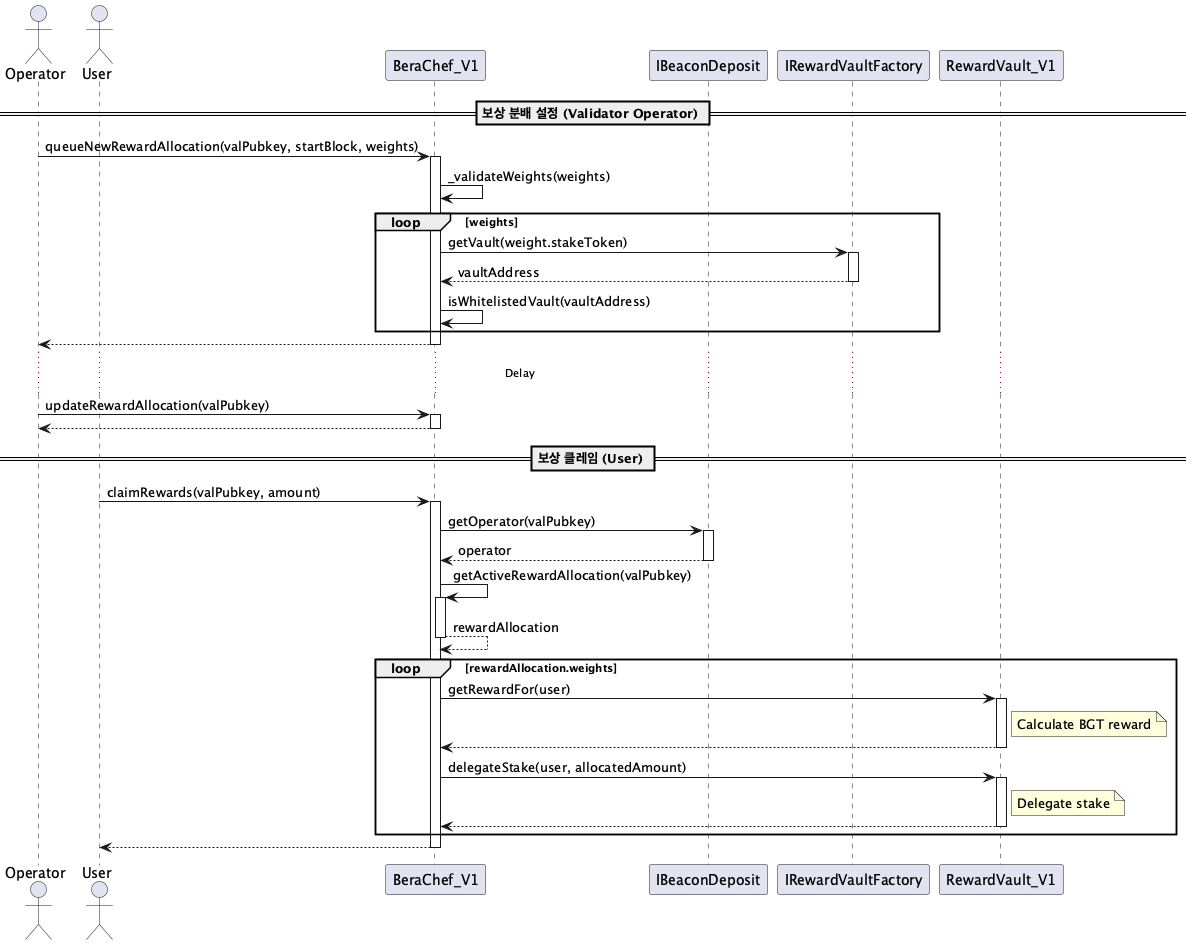
Earlier version of the PlantUML export diagrams/diag-images/V1_Contracts/BeraChef_V1_Sequence.png (swollows/berachain-core). Its diagram source:
```plantuml
@startuml BeraChef_V1_Sequence

actor Operator
actor User
participant Chef as "BeraChef_V1"
participant BeaconDeposit as "IBeaconDeposit"
participant Factory as "IRewardVaultFactory"
participant Vault as "RewardVault_V1"

== 보상 분배 설정 (Validator Operator) ==

Operator -> Chef : queueNewRewardAllocation(valPubkey, startBlock, weights)
activate Chef
Chef -> Chef : _validateWeights(weights)
loop weights
    Chef -> Factory : getVault(weight.stakeToken)
    activate Factory
    Factory --> Chef : vaultAddress
    deactivate Factory
    Chef -> Chef : isWhitelistedVault(vaultAddress)
end
Chef --> Operator
deactivate Chef

... Delay ...

Operator -> Chef : updateRewardAllocation(valPubkey)
activate Chef
Chef --> Operator
deactivate Chef

== 보상 클레임 (User) ==

User -> Chef : claimRewards(valPubkey, amount)
activate Chef
Chef -> BeaconDeposit : getOperator(valPubkey)
activate BeaconDeposit
BeaconDeposit --> Chef : operator
deactivate BeaconDeposit
Chef -> Chef : getActiveRewardAllocation(valPubkey)
activate Chef
Chef --> Chef : rewardAllocation
deactivate Chef
loop rewardAllocation.weights
    Chef -> Vault : getRewardFor(user)
    note right of Vault : Calculate BGT reward
    activate Vault
    Vault --> Chef
    deactivate Vault

    Chef -> Vault : delegateStake(user, allocatedAmount)
    note right of Vault : Delegate stake
    activate Vault
    Vault --> Chef
    deactivate Vault
end
Chef --> User
deactivate Chef

@enduml
```
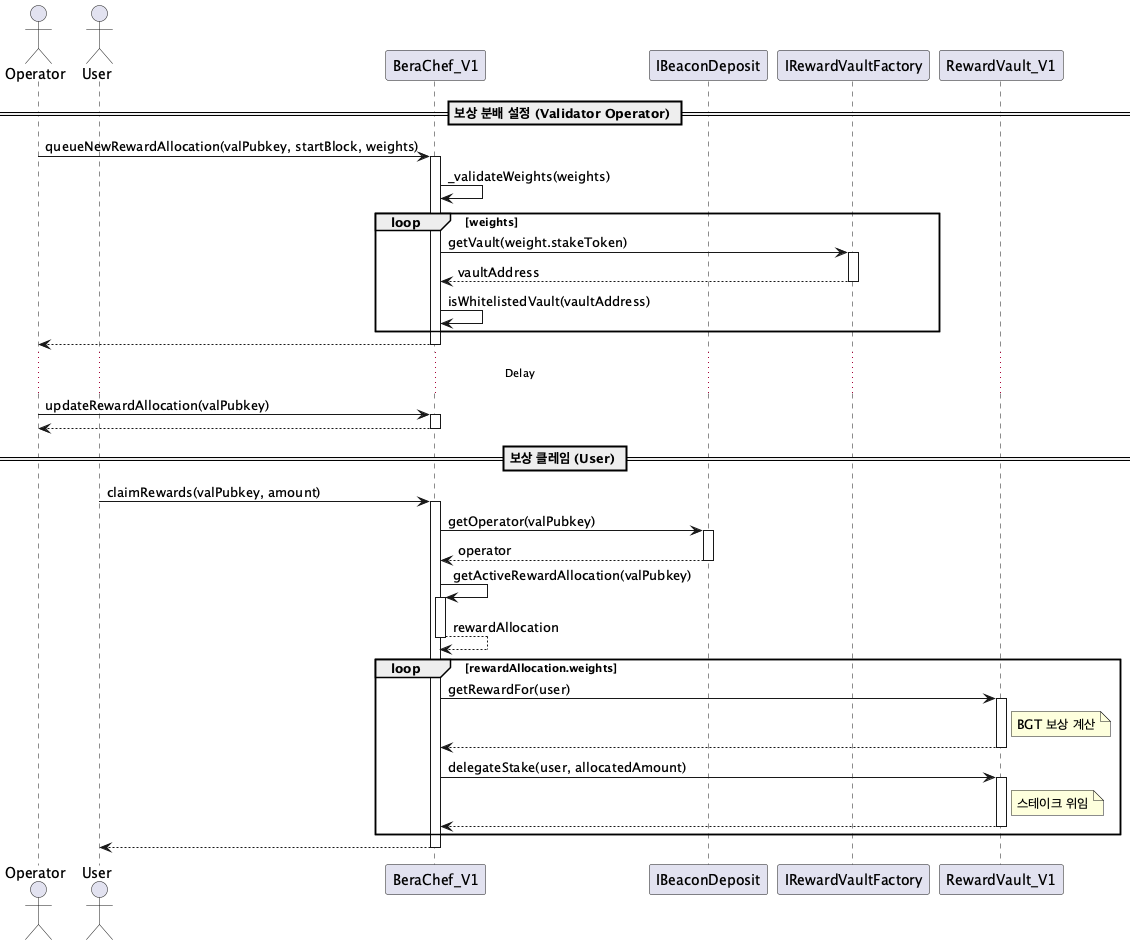
The same diagram one commit later.

Change to the diagram source:
```diff
@@ -43,13 +43,13 @@
 deactivate Chef
 loop rewardAllocation.weights
     Chef -> Vault : getRewardFor(user)
-    note right of Vault : Calculate BGT reward
+    note right of Vault : BGT 보상 계산
     activate Vault
     Vault --> Chef
     deactivate Vault
 
     Chef -> Vault : delegateStake(user, allocatedAmount)
-    note right of Vault : Delegate stake
+    note right of Vault : 스테이크 위임
     activate Vault
     Vault --> Chef
     deactivate Vault
```
